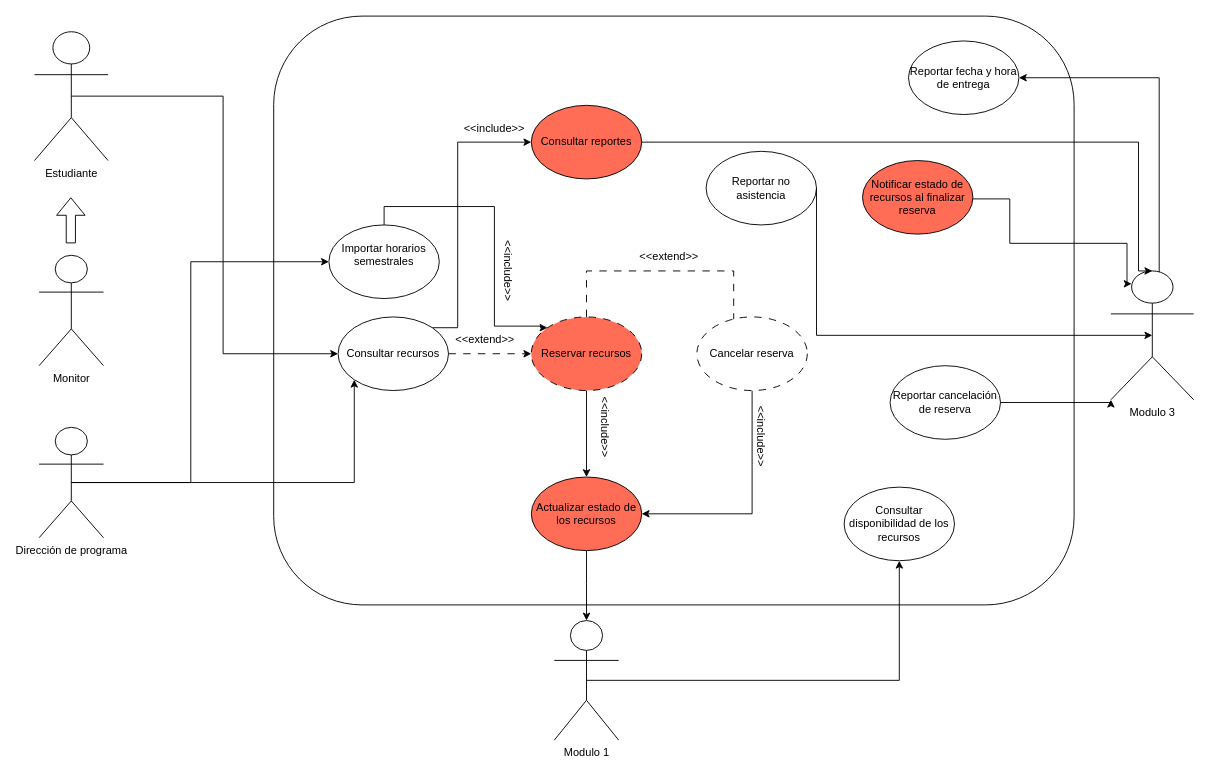
codigotpx/ReservasUnimag keeps this draw.io diagram as docs/unimag3.drawio. Above is the earlier version. Source tidied: cells renumbered, new cells numbered last; positions are measured from the earlier drawing's top-left corner, leaving out a move shared by most shapes. Both pictures are drawn from the tidied source at 92%, with x=0, y=0 at pixel (34, 16).
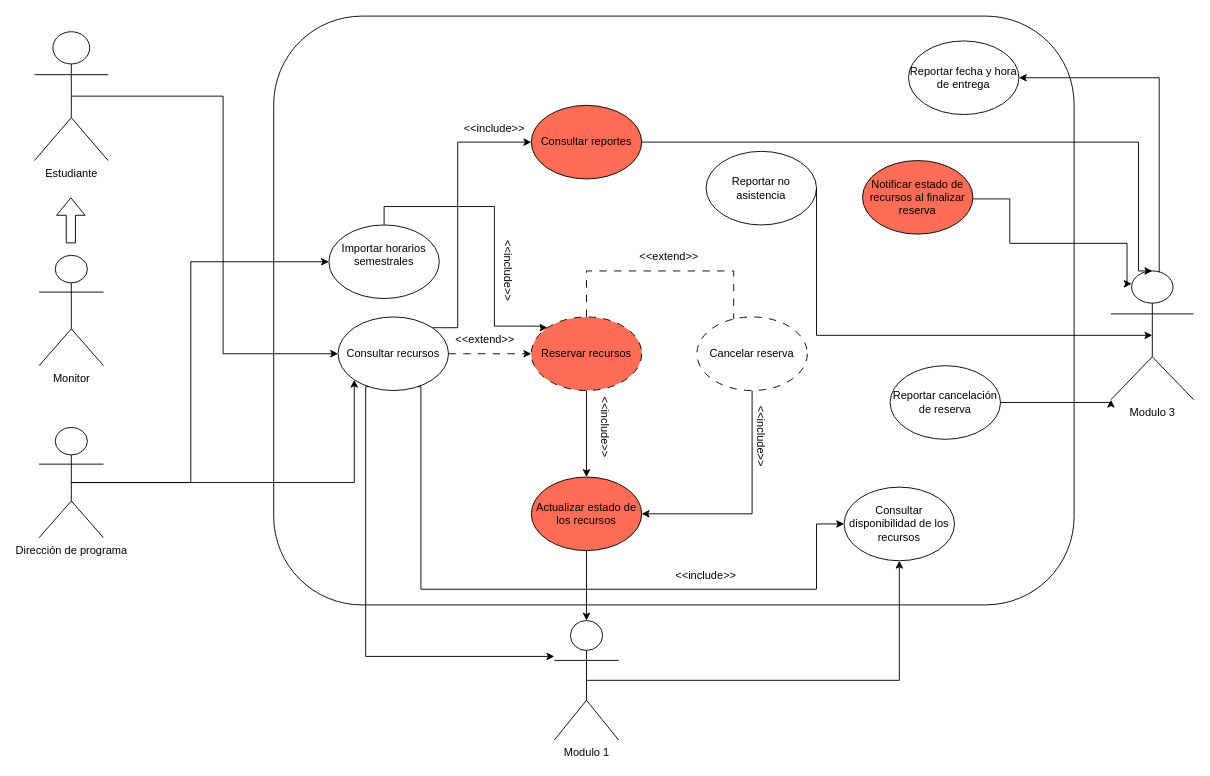
The same page after the edit.

Unchanged cells that the change refers to:
```xml
<mxCell id="9" value="Consultar recursos" style="ellipse;whiteSpace=wrap;html=1;shapeInside=1;" parent="1" vertex="1">
  <mxGeometry x="330" y="327" width="120" height="80" as="geometry" />
</mxCell>
<mxCell id="24" value="Modulo 1" style="shape=umlActor;verticalLabelPosition=bottom;verticalAlign=top;html=1;outlineConnect=0;" parent="1" vertex="1">
  <mxGeometry x="565" y="657" width="70" height="130" as="geometry" />
</mxCell>
<mxCell id="37" value="Consultar disponibilidad de los recursos" style="ellipse;whiteSpace=wrap;html=1;shapeInside=1;" parent="1" vertex="1">
  <mxGeometry x="880" y="512" width="120" height="80" as="geometry" />
</mxCell>
```

Change to the diagram source:
```diff
@@
+    <mxCell id="42" style="edgeStyle=orthogonalEdgeStyle;rounded=0;jettySize=auto;html=1;exitX=0.25;exitY=1;exitDx=0;exitDy=0;entryX=0;entryY=0.3;entryDx=0;entryDy=0;entryPerimeter=0;" parent="1" edge="1" source="9" target="24">
+      <mxGeometry relative="1" as="geometry">
+        <Array as="points">
+          <mxPoint x="360" y="696" />
+        </Array>
+      </mxGeometry>
+    </mxCell>
+    <mxCell id="43" style="edgeStyle=orthogonalEdgeStyle;rounded=0;jettySize=auto;html=1;exitX=0.75;exitY=1;exitDx=0;exitDy=0;entryX=0;entryY=0.5;entryDx=0;entryDy=0;" parent="1" edge="1" source="9" target="37">
+      <mxGeometry relative="1" as="geometry">
+        <Array as="points">
+          <mxPoint x="420" y="623" />
+          <mxPoint x="850" y="623" />
+          <mxPoint x="850" y="552" />
+        </Array>
+      </mxGeometry>
+    </mxCell>
+    <mxCell id="44" value="&amp;lt;&amp;lt;include&amp;gt;&amp;gt;" style="text;html=1;whiteSpace=wrap;strokeColor=none;fillColor=none;align=center;verticalAlign=middle;rounded=0;" parent="1" vertex="1">
+      <mxGeometry x="700" y="593" width="60" height="30" as="geometry" />
+    </mxCell>
```
